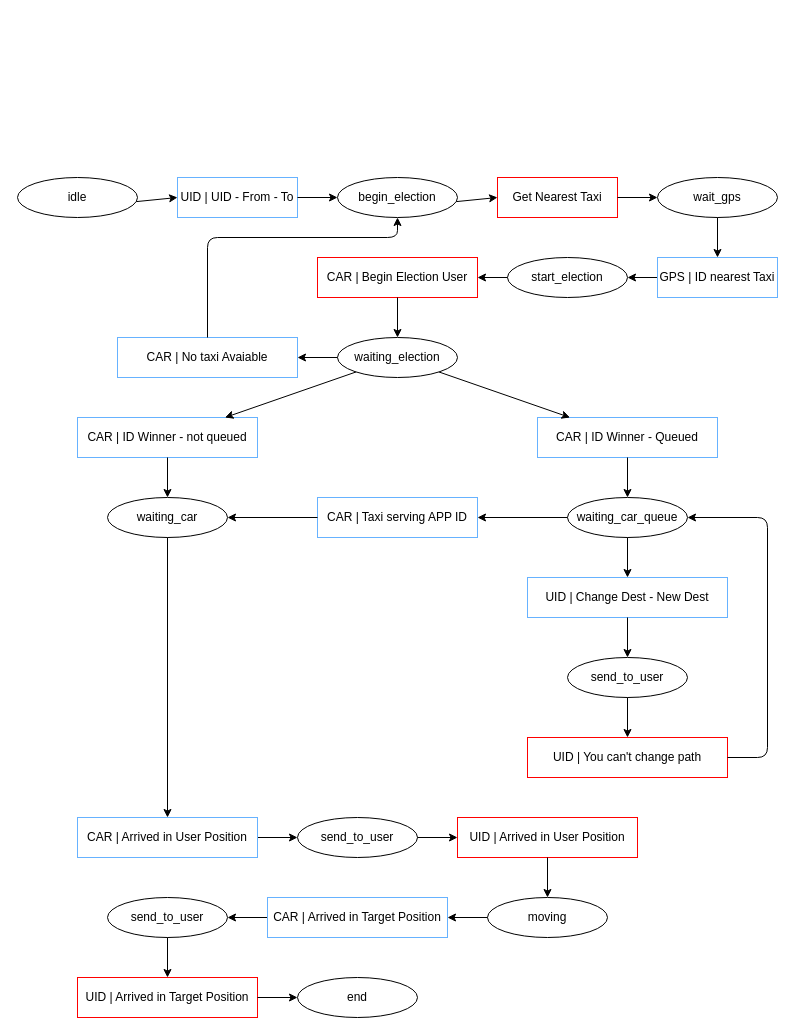
This is relazione/automa_app_utente.drawio from kraots94/Sistemi, a draw.io file, before an edit. Source tidied: cells renumbered, new cells numbered last; positions are measured from the earlier drawing's top-left corner, leaving out a move shared by most shapes. Both pictures are drawn from the tidied source at 100%, with x=0, y=0 at pixel (17, 177).
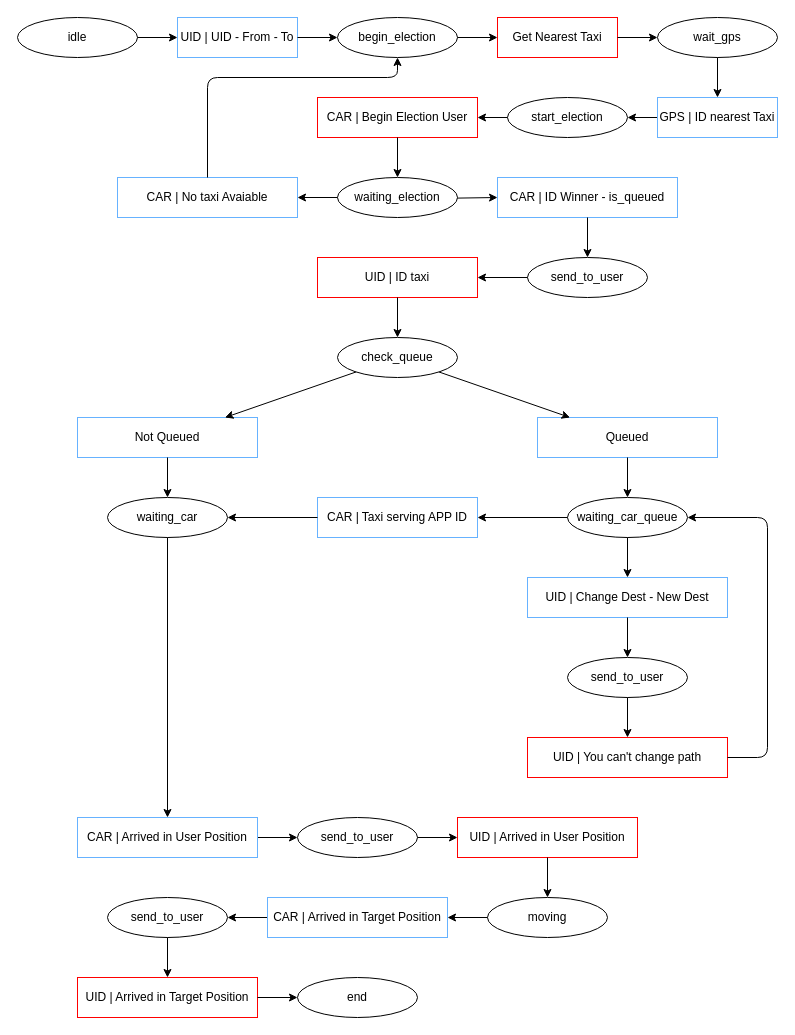
The same diagram, later.

The edit, as a diff of the source:
```diff
@@
     <mxCell id="2" value="idle" style="ellipse;whiteSpace=wrap;html=1;" parent="1" vertex="1">
-      <mxGeometry width="120" height="40" as="geometry" />
+      <mxGeometry y="-160" width="120" height="40" as="geometry" />
     </mxCell>
     <mxCell id="3" value="UID | UID - From - To" style="rounded=0;whiteSpace=wrap;html=1;strokeColor=#66B2FF;" parent="1" vertex="1">
-      <mxGeometry x="160" width="120" height="40" as="geometry" />
+      <mxGeometry x="160" y="-160" width="120" height="40" as="geometry" />
     </mxCell>
     <mxCell id="4" value="begin_election" style="ellipse;whiteSpace=wrap;html=1;" parent="1" vertex="1">
-      <mxGeometry x="320" width="120" height="40" as="geometry" />
+      <mxGeometry x="320" y="-160" width="120" height="40" as="geometry" />
     </mxCell>
@@
     <mxCell id="8" value="&lt;span style=&quot;white-space: normal&quot;&gt;CAR | Begin Election User&lt;/span&gt;" style="rounded=0;whiteSpace=wrap;html=1;strokeColor=#FF0000;" parent="1" vertex="1">
-      <mxGeometry x="300" y="80" width="160" height="40" as="geometry" />
+      <mxGeometry x="300" y="-80" width="160" height="40" as="geometry" />
     </mxCell>
     <mxCell id="9" value="Get Nearest Taxi" style="rounded=0;whiteSpace=wrap;html=1;strokeColor=#FF0000;" parent="1" vertex="1">
-      <mxGeometry x="480" width="120" height="40" as="geometry" />
+      <mxGeometry x="480" y="-160" width="120" height="40" as="geometry" />
     </mxCell>
@@
     <mxCell id="12" value="start_election" style="ellipse;whiteSpace=wrap;html=1;" parent="1" vertex="1">
-      <mxGeometry x="490" y="80" width="120" height="40" as="geometry" />
+      <mxGeometry x="490" y="-80" width="120" height="40" as="geometry" />
     </mxCell>
@@
     <mxCell id="14" value="waiting_election" style="ellipse;whiteSpace=wrap;html=1;" parent="1" vertex="1">
-      <mxGeometry x="320" y="160" width="120" height="40" as="geometry" />
+      <mxGeometry x="320" width="120" height="40" as="geometry" />
     </mxCell>
     <mxCell id="15" value="wait_gps" style="ellipse;whiteSpace=wrap;html=1;" parent="1" vertex="1">
-      <mxGeometry x="640" width="120" height="40" as="geometry" />
+      <mxGeometry x="640" y="-160" width="120" height="40" as="geometry" />
     </mxCell>
@@
     <mxCell id="17" value="GPS | ID nearest Taxi" style="rounded=0;whiteSpace=wrap;html=1;strokeColor=#66B2FF;" parent="1" vertex="1">
-      <mxGeometry x="640" y="80" width="120" height="40" as="geometry" />
+      <mxGeometry x="640" y="-80" width="120" height="40" as="geometry" />
     </mxCell>
@@
     <mxCell id="20" value="CAR | No taxi Avaiable" style="rounded=0;whiteSpace=wrap;html=1;strokeColor=#66B2FF;" parent="1" vertex="1">
-      <mxGeometry x="100" y="160" width="180" height="40" as="geometry" />
+      <mxGeometry x="100" width="180" height="40" as="geometry" />
     </mxCell>
-    <mxCell id="21" value="CAR | ID Winner - not queued" style="rounded=0;whiteSpace=wrap;html=1;strokeColor=#66B2FF;" parent="1" vertex="1">
+    <mxCell id="21" value="Not Queued" style="rounded=0;whiteSpace=wrap;html=1;strokeColor=#66B2FF;" parent="1" vertex="1">
       <mxGeometry x="60" y="240" width="180" height="40" as="geometry" />
     </mxCell>
-    <mxCell id="22" value="CAR | ID Winner - Queued" style="rounded=0;whiteSpace=wrap;html=1;strokeColor=#66B2FF;" parent="1" vertex="1">
+    <mxCell id="22" value="Queued" style="rounded=0;whiteSpace=wrap;html=1;strokeColor=#66B2FF;" parent="1" vertex="1">
       <mxGeometry x="520" y="240" width="180" height="40" as="geometry" />
     </mxCell>
-    <mxCell id="23" style="endArrow=classic;html=1;" parent="1" edge="1" source="14" target="21">
+    <mxCell id="23" style="endArrow=classic;html=1;" parent="1" edge="1" source="14" target="59">
       <mxGeometry relative="1" as="geometry" />
     </mxCell>
-    <mxCell id="24" style="endArrow=classic;html=1;" parent="1" edge="1" source="14" target="22">
-      <mxGeometry relative="1" as="geometry" />
-    </mxCell>
@@
     <mxCell id="54" style="endArrow=classic;html=1;" parent="1" edge="1" source="20" target="4">
       <mxGeometry relative="1" as="geometry">
         <Array as="points">
-          <mxPoint x="190" y="60" />
-          <mxPoint x="380" y="60" />
+          <mxPoint x="190" y="-100" />
+          <mxPoint x="380" y="-100" />
         </Array>
       </mxGeometry>
     </mxCell>
@@
+    <mxCell id="56" value="send_to_user" style="ellipse;whiteSpace=wrap;html=1;" parent="1" vertex="1">
+      <mxGeometry x="510" y="80" width="120" height="40" as="geometry" />
+    </mxCell>
+    <mxCell id="57" value="UID | ID taxi" style="rounded=0;whiteSpace=wrap;html=1;strokeColor=#FF0000;fillColor=none;" parent="1" vertex="1">
+      <mxGeometry x="300" y="80" width="160" height="40" as="geometry" />
+    </mxCell>
+    <mxCell id="58" style="endArrow=classic;html=1;" parent="1" edge="1" source="56" target="57">
+      <mxGeometry relative="1" as="geometry" />
+    </mxCell>
+    <mxCell id="59" value="CAR | ID Winner - is_queued" style="rounded=0;whiteSpace=wrap;html=1;strokeColor=#66B2FF;" parent="1" vertex="1">
+      <mxGeometry x="480" width="180" height="40" as="geometry" />
+    </mxCell>
+    <mxCell id="60" style="endArrow=classic;html=1;" parent="1" edge="1" source="59" target="56">
+      <mxGeometry relative="1" as="geometry" />
+    </mxCell>
+    <mxCell id="61" value="check_queue" style="ellipse;whiteSpace=wrap;html=1;" parent="1" vertex="1">
+      <mxGeometry x="320" y="160" width="120" height="40" as="geometry" />
+    </mxCell>
+    <mxCell id="62" style="endArrow=classic;html=1;" parent="1" edge="1" source="57" target="61">
+      <mxGeometry relative="1" as="geometry" />
+    </mxCell>
+    <mxCell id="63" style="endArrow=classic;html=1;" parent="1" edge="1" source="61" target="21">
+      <mxGeometry relative="1" as="geometry" />
+    </mxCell>
+    <mxCell id="64" style="endArrow=classic;html=1;" parent="1" edge="1" source="61" target="22">
+      <mxGeometry relative="1" as="geometry" />
+    </mxCell>
```
